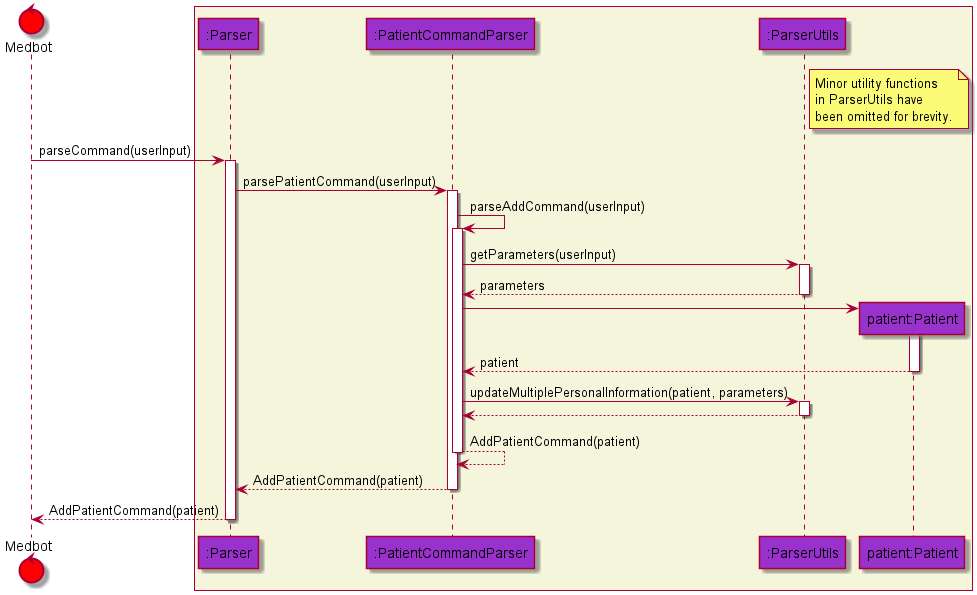
This is docs/diagrams/ParserSequenceDiagram.png from nus-cs2113-AY2122S1/tp, a PlantUML export, as it was before one commit.
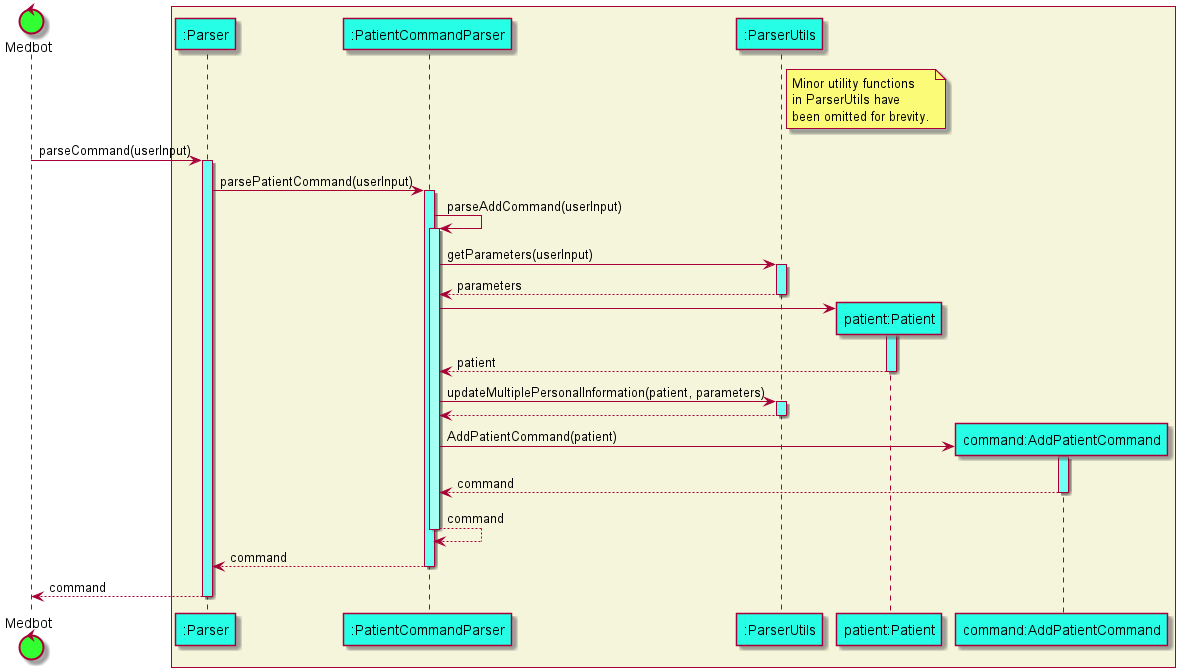
The same diagram one commit later.

What changed in the source:
```diff
@@ -1,35 +1,38 @@
 @startuml
 
-control Medbot as X #red
+!define MEDBOT_COLOR #32FF32
+!define PARSER_COLOR #26FFE5
+!define PARSER_ACTIVATION_COLOR_1 #72FFF3
+!define PARSER_ACTIVATION_COLOR_2 #A5FFF3
+
+control Medbot as X MEDBOT_COLOR
 box #beige
-participant ":Parser" as A #DarkOrchid
-participant ":PatientCommandParser" as B #DarkOrchid
-participant ":ParserUtils" as C #DarkOrchid
-participant "patient:Patient" as D #DarkOrchid
+participant ":Parser" as A PARSER_COLOR
+participant ":PatientCommandParser" as B PARSER_COLOR
+participant ":ParserUtils" as C PARSER_COLOR
+participant "patient:Patient" as D PARSER_COLOR
+participant "command:AddPatientCommand" as E PARSER_COLOR
 end box
 
 note right of C: Minor utility functions\nin ParserUtils have\nbeen omitted for brevity.
 
-X -> A : parseCommand(userInput)
-activate A
-A -> B : parsePatientCommand(userInput)
-activate B
-B -> B : parseAddCommand(userInput)
-activate B
-B -> C : getParameters(userInput)
-activate C
+autoactivate on
+
+X -> A PARSER_ACTIVATION_COLOR_1 : parseCommand(userInput)
+A -> B PARSER_ACTIVATION_COLOR_1 : parsePatientCommand(userInput)
+B -> B PARSER_ACTIVATION_COLOR_2: parseAddCommand(userInput)
+B -> C PARSER_ACTIVATION_COLOR_1 : getParameters(userInput)
 return parameters
 create D
-B -> D
-activate D
+B -> D PARSER_ACTIVATION_COLOR_1
 return patient
-B -> C : updateMultiplePersonalInformation(patient, parameters)
-activate C
+B -> C PARSER_ACTIVATION_COLOR_1 : updateMultiplePersonalInformation(patient, parameters)
 return
-return AddPatientCommand(patient)
-return AddPatientCommand(patient)
-return AddPatientCommand(patient)
-
-
+create E
+B -> E PARSER_ACTIVATION_COLOR_1 : AddPatientCommand(patient)
+return command
+return command
+return command
+return command
 
 @enduml
```
